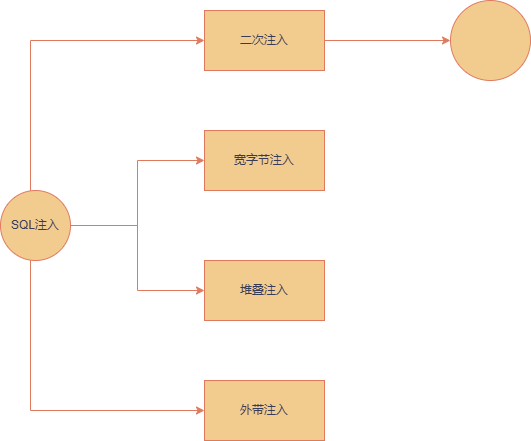
Above: SQL02.drawio.png in Amwgefss/demo (draw.io), before the change. Source tidied: cells renumbered, new cells last; positions are measured from the earlier drawing's top-left corner, leaving out a move shared by most shapes. Source of this version:
```xml
<mxGraphModel>
  <root>
    <mxCell id="0" />
    <mxCell id="1" parent="0" />
    <mxCell id="2" style="edgeStyle=orthogonalEdgeStyle;rounded=0;jettySize=auto;html=1;strokeColor=#E07A5F;fontColor=#393C56;fillColor=#F2CC8F;" parent="1" edge="1" source="6" target="9">
      <mxGeometry relative="1" as="geometry" />
    </mxCell>
    <mxCell id="3" style="edgeStyle=orthogonalEdgeStyle;rounded=0;jettySize=auto;html=1;strokeColor=#E07A5F;fontColor=#393C56;fillColor=#F2CC8F;" parent="1" edge="1" source="6" target="7">
      <mxGeometry relative="1" as="geometry" />
    </mxCell>
    <mxCell id="4" style="edgeStyle=orthogonalEdgeStyle;rounded=0;jettySize=auto;html=1;entryX=0;entryY=0.5;entryDx=0;entryDy=0;strokeColor=#E07A5F;fontColor=#393C56;fillColor=#F2CC8F;" parent="1" edge="1" source="6" target="11">
      <mxGeometry relative="1" as="geometry">
        <Array as="points">
          <mxPoint x="30" y="40" />
        </Array>
      </mxGeometry>
    </mxCell>
    <mxCell id="5" style="edgeStyle=orthogonalEdgeStyle;rounded=0;jettySize=auto;html=1;entryX=0;entryY=0.5;entryDx=0;entryDy=0;strokeColor=#E07A5F;fontColor=#393C56;fillColor=#F2CC8F;" parent="1" edge="1" source="6" target="8">
      <mxGeometry relative="1" as="geometry">
        <Array as="points">
          <mxPoint x="30" y="410" />
        </Array>
      </mxGeometry>
    </mxCell>
    <mxCell id="6" value="SQL注入" style="ellipse;whiteSpace=wrap;html=1;strokeColor=#E07A5F;fontColor=#393C56;fillColor=#F2CC8F;" parent="1" vertex="1">
      <mxGeometry y="190" width="70" height="70" as="geometry" />
    </mxCell>
    <mxCell id="7" value="宽字节注入" style="whiteSpace=wrap;html=1;fillColor=#F2CC8F;strokeColor=#E07A5F;fontColor=#393C56;" parent="1" vertex="1">
      <mxGeometry x="204" y="130" width="120" height="60" as="geometry" />
    </mxCell>
    <mxCell id="8" value="外带注入" style="whiteSpace=wrap;html=1;fillColor=#F2CC8F;strokeColor=#E07A5F;fontColor=#393C56;" parent="1" vertex="1">
      <mxGeometry x="204" y="380" width="120" height="60" as="geometry" />
    </mxCell>
    <mxCell id="9" value="堆叠注入" style="whiteSpace=wrap;html=1;fillColor=#F2CC8F;strokeColor=#E07A5F;fontColor=#393C56;" parent="1" vertex="1">
      <mxGeometry x="204" y="260" width="120" height="60" as="geometry" />
    </mxCell>
    <mxCell id="10" style="edgeStyle=orthogonalEdgeStyle;rounded=0;jettySize=auto;html=1;exitX=1;exitY=0.5;exitDx=0;exitDy=0;strokeColor=#E07A5F;fontColor=#393C56;fillColor=#F2CC8F;" parent="1" edge="1" source="11" target="12">
      <mxGeometry relative="1" as="geometry" />
    </mxCell>
    <mxCell id="11" value="二次注入" style="whiteSpace=wrap;html=1;fillColor=#F2CC8F;strokeColor=#E07A5F;fontColor=#393C56;" parent="1" vertex="1">
      <mxGeometry x="204" y="10" width="120" height="60" as="geometry" />
    </mxCell>
    <mxCell id="12" style="ellipse;whiteSpace=wrap;html=1;strokeColor=#E07A5F;fontColor=#393C56;fillColor=#F2CC8F;" parent="1" vertex="1">
      <mxGeometry x="450" width="80" height="80" as="geometry" />
    </mxCell>
  </root>
</mxGraphModel>
```
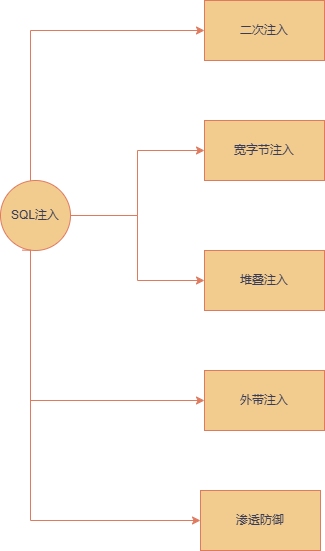
After the commit.

What changed in the source:
```diff
@@ -34,14 +34,19 @@
     <mxCell id="9" value="堆叠注入" style="whiteSpace=wrap;html=1;fillColor=#F2CC8F;strokeColor=#E07A5F;fontColor=#393C56;" parent="1" vertex="1">
       <mxGeometry x="204" y="260" width="120" height="60" as="geometry" />
     </mxCell>
-    <mxCell id="10" style="edgeStyle=orthogonalEdgeStyle;rounded=0;jettySize=auto;html=1;exitX=1;exitY=0.5;exitDx=0;exitDy=0;strokeColor=#E07A5F;fontColor=#393C56;fillColor=#F2CC8F;" parent="1" edge="1" source="11" target="12">
-      <mxGeometry relative="1" as="geometry" />
-    </mxCell>
     <mxCell id="11" value="二次注入" style="whiteSpace=wrap;html=1;fillColor=#F2CC8F;strokeColor=#E07A5F;fontColor=#393C56;" parent="1" vertex="1">
       <mxGeometry x="204" y="10" width="120" height="60" as="geometry" />
     </mxCell>
-    <mxCell id="12" style="ellipse;whiteSpace=wrap;html=1;strokeColor=#E07A5F;fontColor=#393C56;fillColor=#F2CC8F;" parent="1" vertex="1">
-      <mxGeometry x="450" width="80" height="80" as="geometry" />
-    </mxCell>
+    <mxCell id="13" value="渗透防御" style="whiteSpace=wrap;html=1;fillColor=#F2CC8F;strokeColor=#E07A5F;fontColor=#393C56;" parent="1" vertex="1">
+      <mxGeometry x="200" y="500" width="120" height="60" as="geometry" />
+    </mxCell>
+    <mxCell id="14" style="edgeStyle=orthogonalEdgeStyle;rounded=0;jettySize=auto;html=1;entryX=0;entryY=0.5;entryDx=0;entryDy=0;strokeColor=#E07A5F;fontColor=#393C56;fillColor=#F2CC8F;exitX=0.308;exitY=0.995;exitDx=0;exitDy=0;exitPerimeter=0;" parent="1" edge="1" source="6" target="13">
+      <mxGeometry relative="1" as="geometry">
+        <Array as="points">
+          <mxPoint x="30" y="260" />
+          <mxPoint x="30" y="530" />
+        </Array>
+      </mxGeometry>
+    </mxCell>
   </root>
 </mxGraphModel>
```
